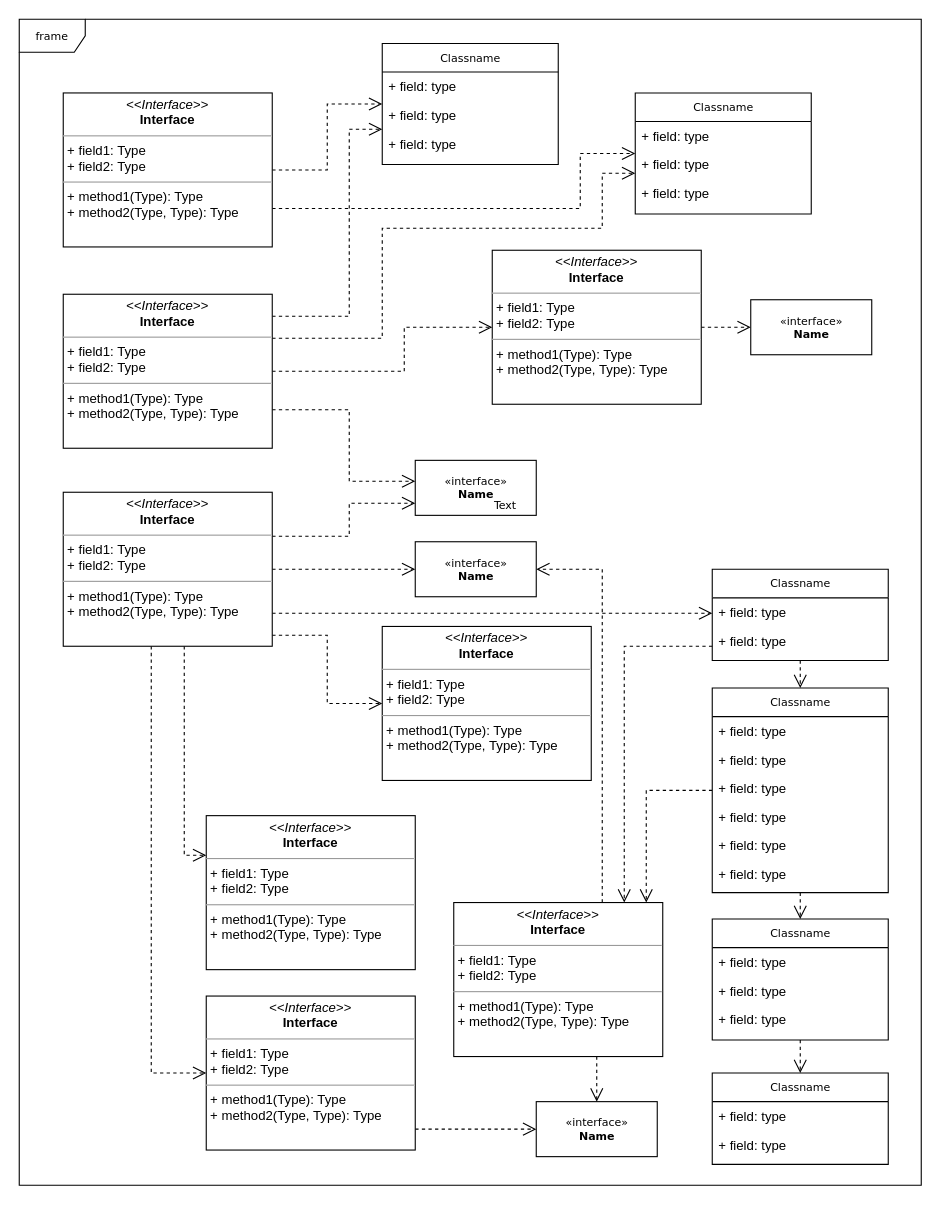
lilialilina/lilina keeps this draw.io diagram as Untitled Diagram.drawio. Above is the earlier version. Source tidied: cells renumbered, new cells numbered last; positions are measured from the earlier drawing's top-left corner, leaving out a move shared by most shapes. Both pictures are drawn from the tidied source at 110%, with x=0, y=0 at pixel (19, 19).
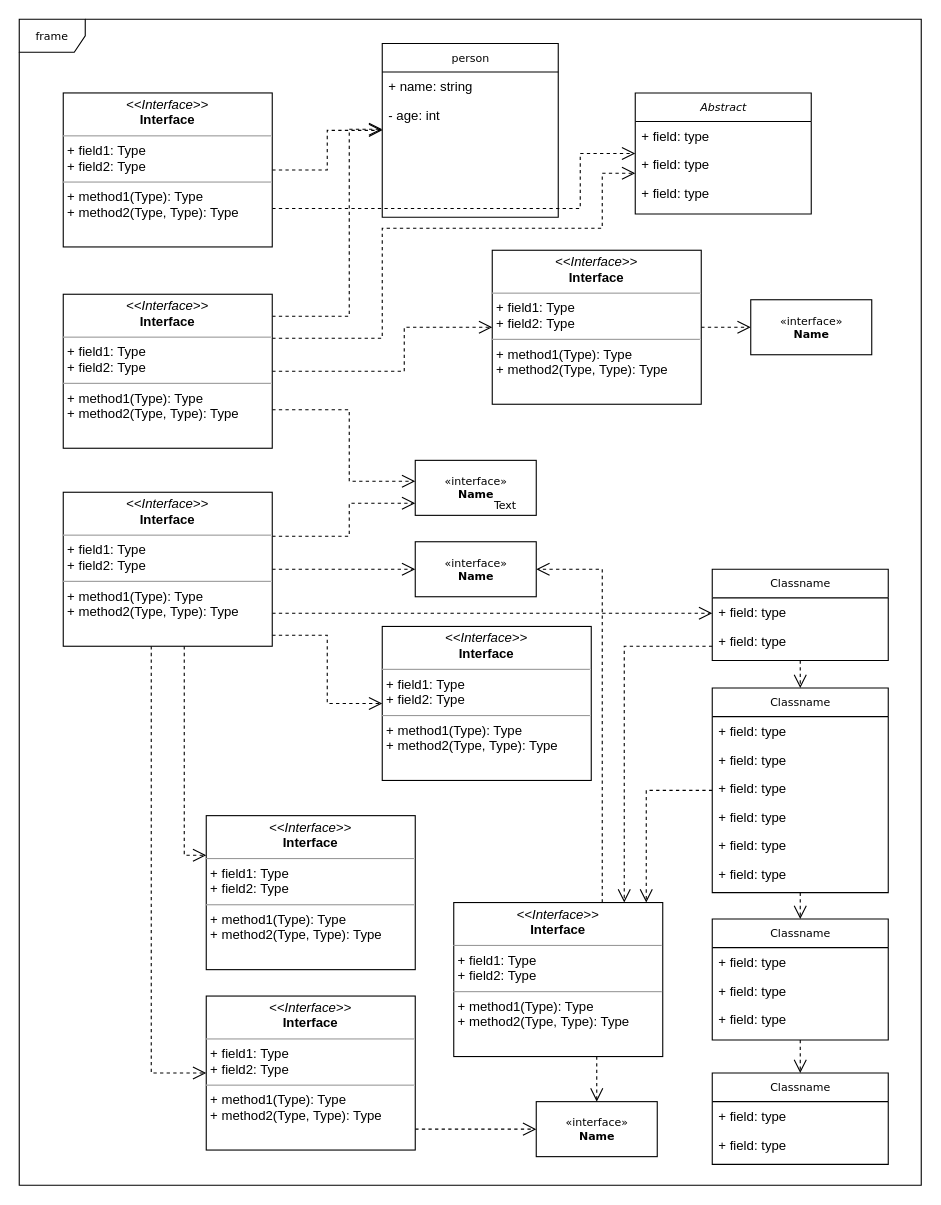
The same diagram, later.

What changed in the source:
```diff
@@
-    <mxCell id="12" value="Classname" style="swimlane;html=1;fontStyle=0;horizontal=1;startSize=26;fillColor=none;swimlaneFillColor=#ffffff;rounded=0;shadow=0;comic=0;labelBackgroundColor=none;strokeWidth=1;fontFamily=Verdana;fontSize=10;align=center;" parent="1" vertex="1">
-      <mxGeometry x="330" y="22" width="160" height="110" as="geometry" />
+    <mxCell id="12" value="person" style="swimlane;html=1;fontStyle=0;horizontal=1;startSize=26;fillColor=none;swimlaneFillColor=#ffffff;rounded=0;shadow=0;comic=0;labelBackgroundColor=none;strokeWidth=1;fontFamily=Verdana;fontSize=10;align=center;" parent="1" vertex="1">
+      <mxGeometry x="330" y="22" width="160" height="158" as="geometry" />
     </mxCell>
-    <mxCell id="13" value="+ field: type" style="text;html=1;strokeColor=none;fillColor=none;align=left;verticalAlign=top;spacingLeft=4;spacingRight=4;whiteSpace=wrap;overflow=hidden;" parent="12" vertex="1">
+    <mxCell id="13" value="+ name: string" style="text;html=1;strokeColor=none;fillColor=none;align=left;verticalAlign=top;spacingLeft=4;spacingRight=4;whiteSpace=wrap;overflow=hidden;" parent="12" vertex="1">
       <mxGeometry y="26" width="160" height="26" as="geometry" />
     </mxCell>
-    <mxCell id="14" value="+ field: type" style="text;html=1;strokeColor=none;fillColor=none;align=left;verticalAlign=top;spacingLeft=4;spacingRight=4;whiteSpace=wrap;overflow=hidden;" parent="12" vertex="1">
+    <mxCell id="14" value="&lt;div&gt;- age: int&lt;/div&gt;" style="text;html=1;strokeColor=none;fillColor=none;align=left;verticalAlign=top;spacingLeft=4;spacingRight=4;whiteSpace=wrap;overflow=hidden;" parent="12" vertex="1">
       <mxGeometry y="52" width="160" height="26" as="geometry" />
     </mxCell>
-    <mxCell id="15" value="+ field: type" style="text;html=1;strokeColor=none;fillColor=none;align=left;verticalAlign=top;spacingLeft=4;spacingRight=4;whiteSpace=wrap;overflow=hidden;" parent="12" vertex="1">
-      <mxGeometry y="78" width="160" height="26" as="geometry" />
-    </mxCell>
-    <mxCell id="16" value="Classname" style="swimlane;html=1;fontStyle=0;horizontal=1;startSize=26;fillColor=none;swimlaneFillColor=#ffffff;rounded=0;shadow=0;comic=0;labelBackgroundColor=none;strokeWidth=1;fontFamily=Verdana;fontSize=10;align=center;" parent="1" vertex="1">
+    <mxCell id="16" value="Abstract" style="swimlane;html=1;fontStyle=2;horizontal=1;startSize=26;fillColor=none;swimlaneFillColor=#ffffff;rounded=0;shadow=0;comic=0;labelBackgroundColor=none;strokeWidth=1;fontFamily=Verdana;fontSize=10;align=center;" parent="1" vertex="1">
       <mxGeometry x="560" y="67" width="160" height="110" as="geometry" />
     </mxCell>
```
